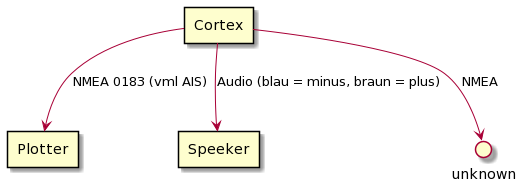
Above: datenfluss/cortex.png in i7i5/knidos-notices (PlantUML), before the change. The source it was exported from:
```plantuml
@startuml
skinparam componentStyle rectangle

[Cortex] as CORTEX

CORTEX -down-> [Plotter]: NMEA 0183 (vml AIS)
CORTEX -down-> [Speeker]: Audio (blau = minus, braun = plus)
CORTEX -down-> unknown: NMEA
@enduml
```
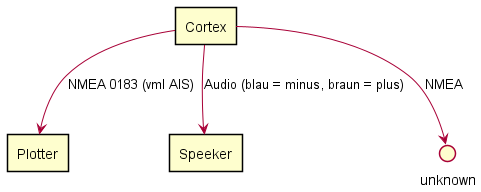
The same file after the commit.

The edit, as a diff of the source:
```diff
@@ -1,4 +1,5 @@
-@startuml
+@startuml cortex
+skinparam shadowing false
 skinparam componentStyle rectangle
 
 [Cortex] as CORTEX
@@ -6,4 +7,5 @@
 CORTEX -down-> [Plotter]: NMEA 0183 (vml AIS)
 CORTEX -down-> [Speeker]: Audio (blau = minus, braun = plus)
 CORTEX -down-> unknown: NMEA
+
 @enduml
```
